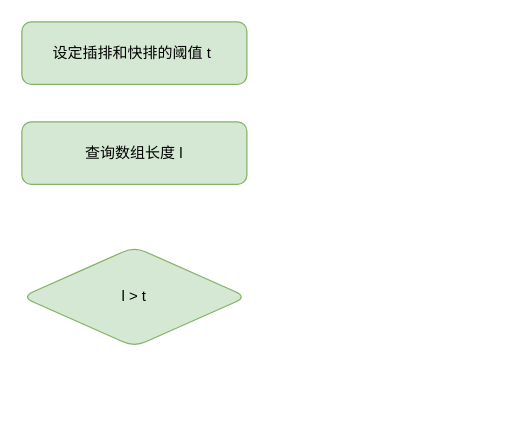
HonyoLAN/telmy keeps this draw.io diagram as 快速排序.drawio. Above is the earlier version. Source tidied: cells renumbered, new cells numbered last; positions are measured from the earlier drawing's top-left corner, leaving out a move shared by most shapes. Both pictures are drawn from the tidied source at 125%, with x=0, y=0 at pixel (21, 21).
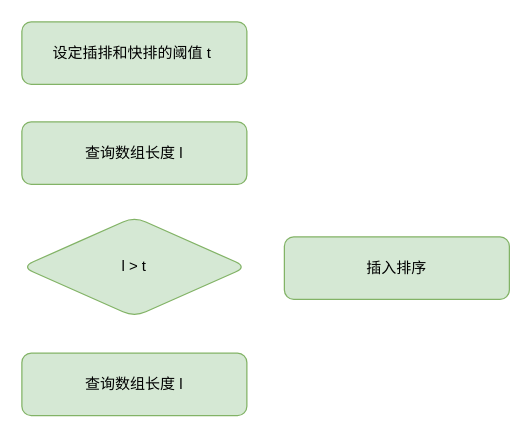
The same diagram, later.

Commit message (it also covers changes not shown here):
更新快速排序.drawio

Diff of the diagram source:
```diff
@@
 <mxGraphModel>
   <root>
     <mxCell id="0" />
     <mxCell id="1" parent="0" />
     <mxCell id="2" value="设定插排和快排的阈值 t&amp;nbsp;" style="rounded=1;whiteSpace=wrap;html=1;fillColor=#d5e8d4;strokeColor=#82b366;" parent="1" vertex="1">
       <mxGeometry width="180" height="50" as="geometry" />
     </mxCell>
     <mxCell id="3" value="查询数组长度 l" style="rounded=1;whiteSpace=wrap;html=1;fillColor=#d5e8d4;strokeColor=#82b366;" parent="1" vertex="1">
       <mxGeometry y="80" width="180" height="50" as="geometry" />
     </mxCell>
     <mxCell id="4" value="l &amp;gt; t" style="rhombus;whiteSpace=wrap;html=1;fillColor=#d5e8d4;strokeColor=#82b366;rounded=1;" parent="1" vertex="1">
-      <mxGeometry y="180" width="180" height="80" as="geometry" />
+      <mxGeometry y="156" width="180" height="80" as="geometry" />
     </mxCell>
+    <mxCell id="5" value="查询数组长度 l" style="rounded=1;whiteSpace=wrap;html=1;fillColor=#d5e8d4;strokeColor=#82b366;" parent="1" vertex="1">
+      <mxGeometry y="265" width="180" height="50" as="geometry" />
+    </mxCell>
+    <mxCell id="6" value="插入排序" style="rounded=1;whiteSpace=wrap;html=1;fillColor=#d5e8d4;strokeColor=#82b366;" parent="1" vertex="1">
+      <mxGeometry x="210" y="172" width="180" height="50" as="geometry" />
+    </mxCell>
   </root>
 </mxGraphModel>
```
